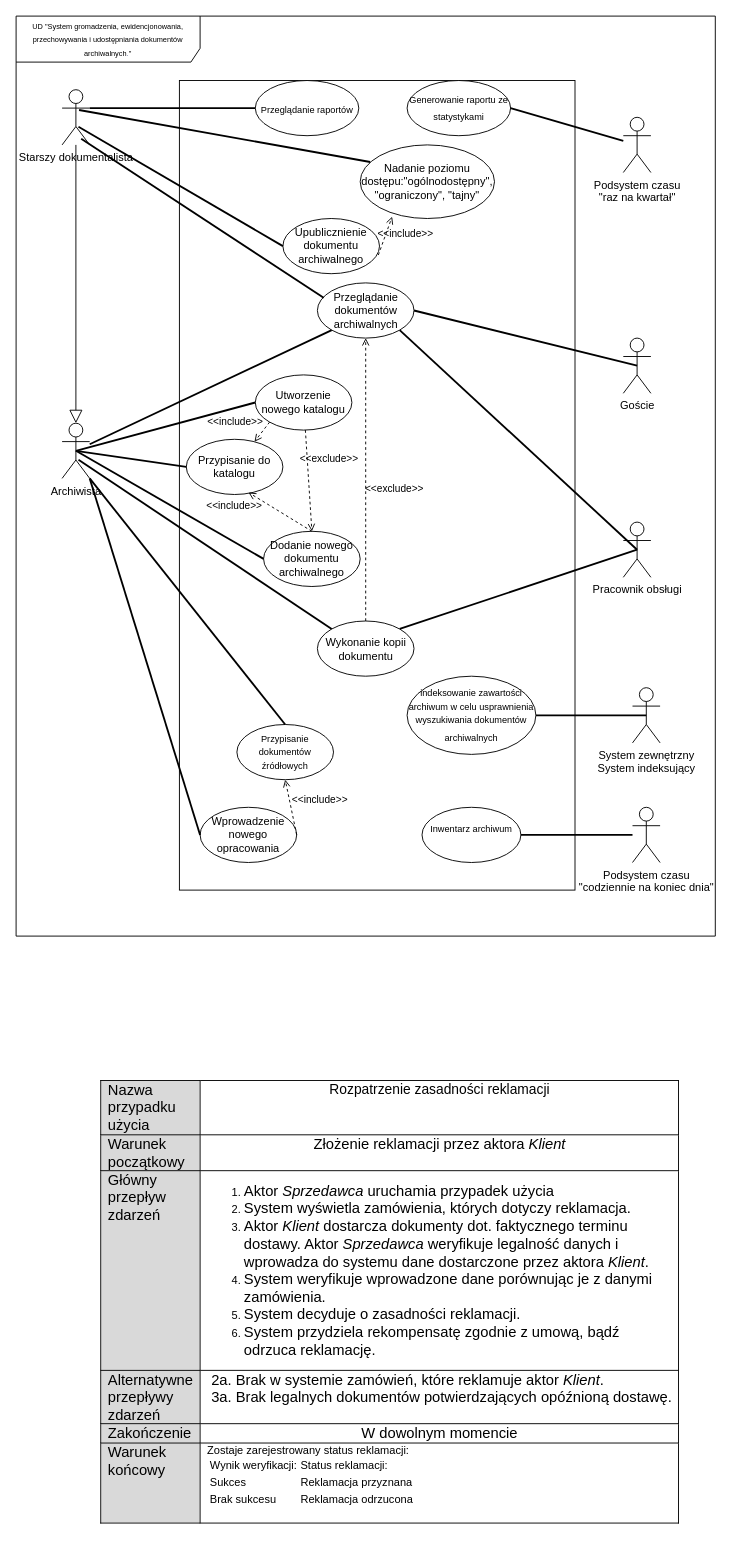
mateusz-nowacki/uml-projects keeps this draw.io diagram as pri_diagram_uzycia_2024.drawio. Above is the earlier version. Source tidied: cells renumbered, new cells numbered last; positions are measured from the earlier drawing's top-left corner, leaving out a move shared by most shapes. Both pictures are drawn from the tidied source at 92%, with x=0, y=0 at pixel (16, 16).
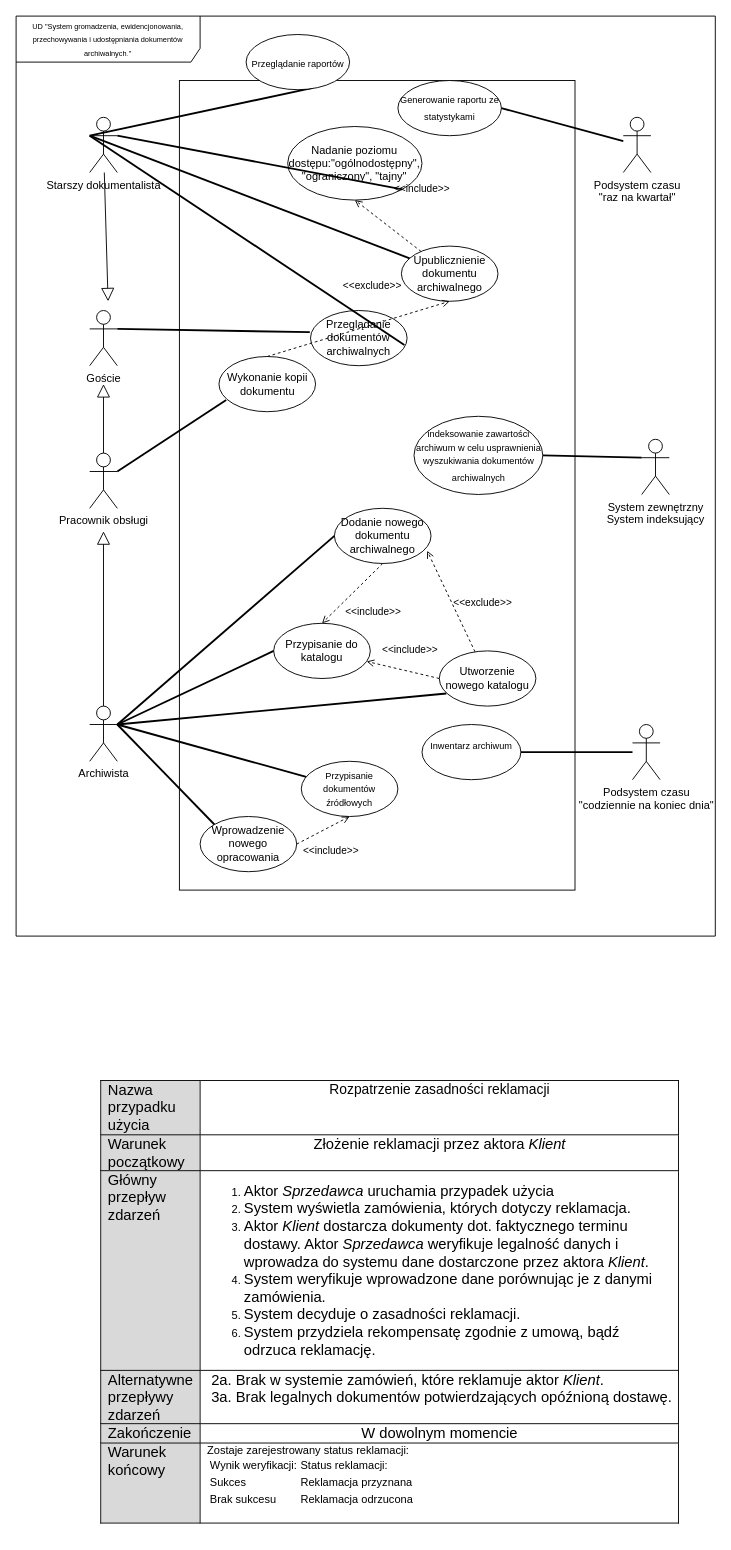
The same page after the edit.

Unchanged cells that the change refers to:
```xml
<mxCell id="2" value="&lt;font style=&quot;font-size: 8px;&quot;&gt;UD &quot;System&amp;nbsp;&lt;span style=&quot;caret-color: rgb(100, 108, 154); font-family: Poppins, sans-serif; background-color: rgb(255, 255, 255);&quot;&gt;gromadzenia, ewidencjonowania, przechowywania i udostępniania dokumentów archiwalnych&lt;/span&gt;&lt;span style=&quot;caret-color: rgb(100, 108, 154); color: rgb(100, 108, 154); font-family: Poppins, sans-serif; background-color: rgb(255, 255, 255);&quot;&gt;.&lt;/span&gt;&quot;&lt;/font&gt;" style="shape=umlFrame;whiteSpace=wrap;html=1;width=200;height=50;align=center;" parent="1" vertex="1">
  <mxGeometry width="760" height="1000" as="geometry" />
</mxCell>
```

The edit, as a diff of the source:
```diff
@@
     <mxCell id="3" value="Starszy dokumentalista" style="shape=umlActor;verticalLabelPosition=bottom;verticalAlign=top;html=1;" parent="2" vertex="1">
-      <mxGeometry x="50" y="80" width="30" height="60" as="geometry" />
+      <mxGeometry x="80" y="110" width="30" height="60" as="geometry" />
     </mxCell>
     <mxCell id="4" value="Archiwista" style="shape=umlActor;verticalLabelPosition=bottom;verticalAlign=top;html=1;" parent="2" vertex="1">
-      <mxGeometry x="50" y="442.5" width="30" height="60" as="geometry" />
+      <mxGeometry x="80" y="750" width="30" height="60" as="geometry" />
     </mxCell>
     <mxCell id="5" value="System zewnętrzny&lt;br&gt;System indeksujący" style="shape=umlActor;verticalLabelPosition=bottom;verticalAlign=top;html=1;" parent="2" vertex="1">
-      <mxGeometry x="670" y="730" width="30" height="60" as="geometry" />
+      <mxGeometry x="680" y="460" width="30" height="60" as="geometry" />
     </mxCell>
     <mxCell id="6" value="&lt;font style=&quot;font-size: 12px;&quot;&gt;Podsystem&lt;font style=&quot;font-size: 12px;&quot;&gt; czasu&lt;/font&gt;&lt;/font&gt;&lt;div&gt;&lt;font style=&quot;font-size: 12px;&quot;&gt;&lt;font style=&quot;font-size: 12px;&quot;&gt;&quot;codziennie na koniec dnia&quot;&lt;/font&gt;&lt;/font&gt;&lt;/div&gt;" style="shape=umlActor;verticalLabelPosition=bottom;verticalAlign=top;html=1;" parent="2" vertex="1">
-      <mxGeometry x="670" y="860" width="30" height="60" as="geometry" />
+      <mxGeometry x="670" y="770" width="30" height="60" as="geometry" />
     </mxCell>
     <mxCell id="7" value="Pracownik obsługi" style="shape=umlActor;verticalLabelPosition=bottom;verticalAlign=top;html=1;" parent="2" vertex="1">
-      <mxGeometry x="660" y="550" width="30" height="60" as="geometry" />
+      <mxGeometry x="80" y="475" width="30" height="60" as="geometry" />
     </mxCell>
     <mxCell id="8" value="Goście" style="shape=umlActor;verticalLabelPosition=bottom;verticalAlign=top;html=1;" parent="2" vertex="1">
-      <mxGeometry x="660" y="350" width="30" height="60" as="geometry" />
+      <mxGeometry x="80" y="320" width="30" height="60" as="geometry" />
     </mxCell>
-    <mxCell id="9" style="endArrow=block;endFill=0;endSize=12;html=1;rounded=0;entryX=0.5;entryY=0;entryDx=0;entryDy=0;entryPerimeter=0;" parent="2" edge="1" source="3" target="4">
-      <mxGeometry relative="1" as="geometry" />
+    <mxCell id="9" style="endArrow=block;endFill=0;endSize=12;html=1;rounded=0;" parent="2" edge="1" source="4">
+      <mxGeometry relative="1" as="geometry">
+        <mxPoint x="95" y="560" as="targetPoint" />
+      </mxGeometry>
     </mxCell>
@@
-    <mxCell id="11" value="Przeglądanie dokumentów archiwalnych" style="ellipse;whiteSpace=wrap;html=1;" parent="2" vertex="1">
-      <mxGeometry x="327.5" y="290" width="105" height="60" as="geometry" />
-    </mxCell>
     <mxCell id="12" value="&lt;font size=&quot;1&quot;&gt;Inwentarz archiwum&lt;/font&gt;&lt;br&gt;&lt;br&gt;&lt;span style=&quot;font-family: -webkit-standard; font-size: medium; text-align: start;&quot;&gt;&lt;/span&gt;" style="ellipse;whiteSpace=wrap;html=1;" parent="2" vertex="1">
-      <mxGeometry x="441.2" y="860" width="107.5" height="60" as="geometry" />
+      <mxGeometry x="441.2" y="770" width="107.5" height="60" as="geometry" />
     </mxCell>
@@
     <mxCell id="14" value="Przypisanie do katalogu" style="ellipse;whiteSpace=wrap;html=1;" parent="2" vertex="1">
-      <mxGeometry x="185" y="460" width="105" height="60" as="geometry" />
+      <mxGeometry x="280" y="660" width="105" height="60" as="geometry" />
     </mxCell>
-    <mxCell id="15" style="endArrow=none;startArrow=none;endFill=0;startFill=0;endSize=8;html=1;verticalAlign=bottom;labelBackgroundColor=none;strokeWidth=2;rounded=0;entryX=1;entryY=0.5;entryDx=0;entryDy=0;exitX=0.5;exitY=0.5;exitDx=0;exitDy=0;exitPerimeter=0;" parent="2" edge="1" source="8" target="11">
-      <mxGeometry relative="1" as="geometry" />
-    </mxCell>
-    <mxCell id="16" style="endArrow=none;startArrow=none;endFill=0;startFill=0;endSize=8;html=1;verticalAlign=bottom;labelBackgroundColor=none;strokeWidth=2;rounded=0;entryX=0.065;entryY=0.27;entryDx=0;entryDy=0;exitX=0.692;exitY=0.887;exitDx=0;exitDy=0;exitPerimeter=0;entryPerimeter=0;" parent="2" edge="1" source="3" target="11">
-      <mxGeometry relative="1" as="geometry" />
-    </mxCell>
     <mxCell id="17" value="Wykonanie kopii dokumentu" style="ellipse;whiteSpace=wrap;html=1;" parent="2" vertex="1">
-      <mxGeometry x="327.5" y="657.5" width="105" height="60" as="geometry" />
+      <mxGeometry x="220.5" y="370" width="105" height="60" as="geometry" />
     </mxCell>
     <mxCell id="18" value="Upublicznienie dokumentu archiwalnego" style="ellipse;whiteSpace=wrap;html=1;" parent="2" vertex="1">
-      <mxGeometry x="290" y="220" width="105" height="60" as="geometry" />
+      <mxGeometry x="418.8" y="250" width="105" height="60" as="geometry" />
     </mxCell>
     <mxCell id="19" value="Utworzenie nowego katalogu" style="ellipse;whiteSpace=wrap;html=1;" parent="2" vertex="1">
-      <mxGeometry x="260" y="390" width="105" height="60" as="geometry" />
+      <mxGeometry x="460" y="690" width="105" height="60" as="geometry" />
     </mxCell>
-    <mxCell id="20" style="endArrow=none;startArrow=none;endFill=0;startFill=0;endSize=8;html=1;verticalAlign=bottom;labelBackgroundColor=none;strokeWidth=2;rounded=0;entryX=0;entryY=0.5;entryDx=0;entryDy=0;exitX=0.5;exitY=0.5;exitDx=0;exitDy=0;exitPerimeter=0;" parent="2" edge="1" source="4" target="19">
-      <mxGeometry relative="1" as="geometry" />
+    <mxCell id="20" style="endArrow=none;startArrow=none;endFill=0;startFill=0;endSize=8;html=1;verticalAlign=bottom;labelBackgroundColor=none;strokeWidth=2;rounded=0;entryX=0.073;entryY=0.772;entryDx=0;entryDy=0;entryPerimeter=0;" parent="2" edge="1" target="19">
+      <mxGeometry relative="1" as="geometry">
+        <mxPoint x="110" y="770" as="sourcePoint" />
+      </mxGeometry>
     </mxCell>
     <mxCell id="21" value="Nadanie poziomu dostępu:&quot;ogólnodostępny&quot;, &quot;ograniczony&quot;, &quot;tajny&quot;" style="ellipse;whiteSpace=wrap;html=1;" parent="2" vertex="1">
-      <mxGeometry x="374" y="140" width="146" height="80" as="geometry" />
+      <mxGeometry x="295.2" y="120" width="146" height="80" as="geometry" />
     </mxCell>
     <mxCell id="22" value="Wprowadzenie nowego opracowania" style="ellipse;whiteSpace=wrap;html=1;" parent="2" vertex="1">
-      <mxGeometry x="200" y="860" width="105" height="60" as="geometry" />
+      <mxGeometry x="200" y="870" width="105" height="60" as="geometry" />
     </mxCell>
     <mxCell id="23" value="Dodanie nowego dokumentu archiwalnego" style="ellipse;whiteSpace=wrap;html=1;" parent="2" vertex="1">
-      <mxGeometry x="269" y="560" width="105" height="60" as="geometry" />
+      <mxGeometry x="346" y="535" width="105" height="60" as="geometry" />
     </mxCell>
     <mxCell id="24" value="&lt;span style=&quot;text-align: start;&quot;&gt;&lt;font style=&quot;font-size: 10px;&quot; face=&quot;Helvetica&quot;&gt;indeksowanie zawartości archiwum w celu usprawnienia wyszukiwania dokumentów archiwalnych&lt;/font&gt;&lt;/span&gt;&lt;span style=&quot;font-family: -webkit-standard; font-size: medium; text-align: start;&quot;&gt;&lt;/span&gt;" style="ellipse;whiteSpace=wrap;html=1;" parent="2" vertex="1">
-      <mxGeometry x="425" y="717.5" width="140" height="85" as="geometry" />
+      <mxGeometry x="432.5" y="435" width="140" height="85" as="geometry" />
     </mxCell>
-    <mxCell id="25" style="endArrow=none;startArrow=none;endFill=0;startFill=0;endSize=8;html=1;verticalAlign=bottom;labelBackgroundColor=none;strokeWidth=2;rounded=0;entryX=0.5;entryY=0.5;entryDx=0;entryDy=0;entryPerimeter=0;exitX=1;exitY=0.5;exitDx=0;exitDy=0;" parent="2" edge="1" source="24" target="5">
+    <mxCell id="25" style="endArrow=none;startArrow=none;endFill=0;startFill=0;endSize=8;html=1;verticalAlign=bottom;labelBackgroundColor=none;strokeWidth=2;rounded=0;entryX=0;entryY=0.3333333333333333;entryDx=0;entryDy=0;entryPerimeter=0;exitX=1;exitY=0.5;exitDx=0;exitDy=0;" parent="2" edge="1" source="24" target="5">
       <mxGeometry relative="1" as="geometry" />
     </mxCell>
     <mxCell id="26" value="&lt;font style=&quot;font-size: 10px;&quot;&gt;Przypisanie dokumentów źródłowych&lt;/font&gt;" style="ellipse;whiteSpace=wrap;html=1;" parent="2" vertex="1">
-      <mxGeometry x="240" y="770" width="105" height="60" as="geometry" />
+      <mxGeometry x="310" y="810" width="105" height="60" as="geometry" />
     </mxCell>
-    <mxCell id="27" style="endArrow=none;startArrow=none;endFill=0;startFill=0;endSize=8;html=1;verticalAlign=bottom;labelBackgroundColor=none;strokeWidth=2;rounded=0;exitX=1;exitY=1;exitDx=0;exitDy=0;exitPerimeter=0;entryX=0;entryY=0.5;entryDx=0;entryDy=0;" parent="2" edge="1" source="4" target="22">
+    <mxCell id="27" style="endArrow=none;startArrow=none;endFill=0;startFill=0;endSize=8;html=1;verticalAlign=bottom;labelBackgroundColor=none;strokeWidth=2;rounded=0;exitX=1;exitY=0.3333333333333333;exitDx=0;exitDy=0;exitPerimeter=0;entryX=0;entryY=0;entryDx=0;entryDy=0;" parent="2" edge="1" source="4" target="22">
       <mxGeometry relative="1" as="geometry" />
     </mxCell>
-    <mxCell id="28" style="endArrow=none;startArrow=none;endFill=0;startFill=0;endSize=8;html=1;verticalAlign=bottom;labelBackgroundColor=none;strokeWidth=2;rounded=0;entryX=0;entryY=0.5;entryDx=0;entryDy=0;exitX=1;exitY=0.3333333333333333;exitDx=0;exitDy=0;exitPerimeter=0;" parent="2" edge="1" source="3" target="48">
+    <mxCell id="28" style="endArrow=none;startArrow=none;endFill=0;startFill=0;endSize=8;html=1;verticalAlign=bottom;labelBackgroundColor=none;strokeWidth=2;rounded=0;entryX=0.645;entryY=0.966;entryDx=0;entryDy=0;entryPerimeter=0;exitX=0;exitY=0.3333333333333333;exitDx=0;exitDy=0;exitPerimeter=0;" parent="2" edge="1" source="3" target="48">
       <mxGeometry relative="1" as="geometry" />
     </mxCell>
-    <mxCell id="29" style="endArrow=none;startArrow=none;endFill=0;startFill=0;endSize=8;html=1;verticalAlign=bottom;labelBackgroundColor=none;strokeWidth=2;rounded=0;entryX=0;entryY=0.5;entryDx=0;entryDy=0;exitX=0.5;exitY=0.5;exitDx=0;exitDy=0;exitPerimeter=0;" parent="2" edge="1" source="4" target="23">
+    <mxCell id="29" style="endArrow=none;startArrow=none;endFill=0;startFill=0;endSize=8;html=1;verticalAlign=bottom;labelBackgroundColor=none;strokeWidth=2;rounded=0;entryX=0;entryY=0.5;entryDx=0;entryDy=0;exitX=1;exitY=0.3333333333333333;exitDx=0;exitDy=0;exitPerimeter=0;" parent="2" edge="1" source="4" target="23">
       <mxGeometry relative="1" as="geometry" />
     </mxCell>
-    <mxCell id="30" style="endArrow=none;startArrow=none;endFill=0;startFill=0;endSize=8;html=1;verticalAlign=bottom;labelBackgroundColor=none;strokeWidth=2;rounded=0;exitX=0.594;exitY=0.672;exitDx=0;exitDy=0;exitPerimeter=0;entryX=0;entryY=0.5;entryDx=0;entryDy=0;" parent="2" edge="1" source="3" target="18">
+    <mxCell id="30" style="endArrow=none;startArrow=none;endFill=0;startFill=0;endSize=8;html=1;verticalAlign=bottom;labelBackgroundColor=none;strokeWidth=2;rounded=0;exitX=0;exitY=0.3333333333333333;exitDx=0;exitDy=0;exitPerimeter=0;" parent="2" edge="1" source="3" target="18">
       <mxGeometry relative="1" as="geometry" />
     </mxCell>
-    <mxCell id="31" style="endArrow=none;startArrow=none;endFill=0;startFill=0;endSize=8;html=1;verticalAlign=bottom;labelBackgroundColor=none;strokeWidth=2;rounded=0;entryX=1;entryY=0;entryDx=0;entryDy=0;exitX=0.5;exitY=0.5;exitDx=0;exitDy=0;exitPerimeter=0;" parent="2" edge="1" source="7" target="17">
+    <mxCell id="31" style="endArrow=none;startArrow=none;endFill=0;startFill=0;endSize=8;html=1;verticalAlign=bottom;labelBackgroundColor=none;strokeWidth=2;rounded=0;entryX=0.075;entryY=0.789;entryDx=0;entryDy=0;exitX=1;exitY=0.3333333333333333;exitDx=0;exitDy=0;exitPerimeter=0;entryPerimeter=0;" parent="2" edge="1" source="7" target="17">
       <mxGeometry relative="1" as="geometry" />
     </mxCell>
-    <mxCell id="32" style="endArrow=none;startArrow=none;endFill=0;startFill=0;endSize=8;html=1;verticalAlign=bottom;labelBackgroundColor=none;strokeWidth=2;rounded=0;entryX=1;entryY=1;entryDx=0;entryDy=0;exitX=0.5;exitY=0.5;exitDx=0;exitDy=0;exitPerimeter=0;" parent="2" edge="1" source="7" target="11">
-      <mxGeometry relative="1" as="geometry" />
-    </mxCell>
@@
-    <mxCell id="34" style="endArrow=none;startArrow=none;endFill=0;startFill=0;endSize=8;html=1;verticalAlign=bottom;labelBackgroundColor=none;strokeWidth=2;rounded=0;entryX=0.5;entryY=0.5;entryDx=0;entryDy=0;entryPerimeter=0;exitX=0;exitY=0.5;exitDx=0;exitDy=0;" parent="2" edge="1" source="14" target="4">
+    <mxCell id="34" style="endArrow=none;startArrow=none;endFill=0;startFill=0;endSize=8;html=1;verticalAlign=bottom;labelBackgroundColor=none;strokeWidth=2;rounded=0;entryX=1;entryY=0.3333333333333333;entryDx=0;entryDy=0;entryPerimeter=0;exitX=0;exitY=0.5;exitDx=0;exitDy=0;" parent="2" edge="1" source="14" target="4">
       <mxGeometry relative="1" as="geometry" />
     </mxCell>
-    <mxCell id="35" value="&amp;lt;&amp;lt;include&amp;gt;&amp;gt;" style="html=1;verticalAlign=bottom;labelBackgroundColor=none;endArrow=open;endFill=0;dashed=1;rounded=0;entryX=0.644;entryY=0.964;entryDx=0;entryDy=0;exitX=0.5;exitY=0;exitDx=0;exitDy=0;entryPerimeter=0;" parent="2" edge="1" source="23" target="14">
-      <mxGeometry x="1" y="28" relative="1" as="geometry">
-        <mxPoint x="-1" y="-1" as="offset" />
+    <mxCell id="35" value="&amp;lt;&amp;lt;include&amp;gt;&amp;gt;" style="html=1;verticalAlign=bottom;labelBackgroundColor=none;endArrow=open;endFill=0;dashed=1;rounded=0;entryX=0.5;entryY=0;entryDx=0;entryDy=0;exitX=0.5;exitY=1;exitDx=0;exitDy=0;" parent="2" edge="1" source="23" target="14">
+      <mxGeometry x="0.08" y="36" relative="1" as="geometry">
+        <mxPoint y="1" as="offset" />
       </mxGeometry>
     </mxCell>
@@
-    <mxCell id="37" value="&amp;lt;&amp;lt;exclude&amp;gt;&amp;gt;" style="html=1;verticalAlign=bottom;labelBackgroundColor=none;endArrow=open;endFill=0;dashed=1;rounded=0;entryX=0.5;entryY=1;entryDx=0;entryDy=0;exitX=0.5;exitY=0;exitDx=0;exitDy=0;" parent="2" edge="1" source="17" target="11">
-      <mxGeometry x="-0.12" y="-31" relative="1" as="geometry" />
-    </mxCell>
@@
     <mxCell id="39" value="&lt;font size=&quot;1&quot;&gt;Generowanie raportu ze statystykami&lt;/font&gt;&lt;span style=&quot;font-family: -webkit-standard; font-size: medium; text-align: start;&quot;&gt;&lt;/span&gt;" style="ellipse;whiteSpace=wrap;html=1;" parent="2" vertex="1">
-      <mxGeometry x="425" y="70" width="112.5" height="60" as="geometry" />
+      <mxGeometry x="415" y="70" width="112.5" height="60" as="geometry" />
     </mxCell>
@@
-    <mxCell id="41" value="&amp;lt;&amp;lt;include&amp;gt;&amp;gt;" style="html=1;verticalAlign=bottom;labelBackgroundColor=none;endArrow=open;endFill=0;dashed=1;rounded=0;exitX=0;exitY=1;exitDx=0;exitDy=0;" parent="2" edge="1" source="19" target="14">
-      <mxGeometry x="1" y="-24" relative="1" as="geometry">
-        <mxPoint x="-2" y="2" as="offset" />
-      </mxGeometry>
+    <mxCell id="41" value="&amp;lt;&amp;lt;include&amp;gt;&amp;gt;" style="html=1;verticalAlign=bottom;labelBackgroundColor=none;endArrow=open;endFill=0;dashed=1;rounded=0;exitX=0;exitY=0.5;exitDx=0;exitDy=0;" parent="2" edge="1" source="19" target="14">
+      <mxGeometry x="-0.12" y="-14" relative="1" as="geometry" />
     </mxCell>
-    <mxCell id="42" value="&amp;lt;&amp;lt;exclude&amp;gt;&amp;gt;" style="html=1;verticalAlign=bottom;labelBackgroundColor=none;endArrow=open;endFill=0;dashed=1;rounded=0;entryX=0.5;entryY=0;entryDx=0;entryDy=0;" parent="2" edge="1" source="19" target="23">
-      <mxGeometry x="-0.24" y="23" relative="1" as="geometry" />
+    <mxCell id="42" value="&amp;lt;&amp;lt;exclude&amp;gt;&amp;gt;" style="html=1;verticalAlign=bottom;labelBackgroundColor=none;endArrow=open;endFill=0;dashed=1;rounded=0;entryX=0.96;entryY=0.77;entryDx=0;entryDy=0;entryPerimeter=0;" parent="2" edge="1" source="19" target="23">
+      <mxGeometry x="-0.4" y="-26" relative="1" as="geometry" />
     </mxCell>
-    <mxCell id="43" style="endArrow=none;startArrow=none;endFill=0;startFill=0;endSize=8;html=1;verticalAlign=bottom;labelBackgroundColor=none;strokeWidth=2;rounded=0;entryX=0;entryY=1;entryDx=0;entryDy=0;" parent="2" edge="1" source="4" target="11">
-      <mxGeometry relative="1" as="geometry" />
-    </mxCell>
-    <mxCell id="44" style="endArrow=none;startArrow=none;endFill=0;startFill=0;endSize=8;html=1;verticalAlign=bottom;labelBackgroundColor=none;strokeWidth=2;rounded=0;entryX=0;entryY=0;entryDx=0;entryDy=0;exitX=0.594;exitY=0.662;exitDx=0;exitDy=0;exitPerimeter=0;" parent="2" edge="1" source="4" target="17">
-      <mxGeometry relative="1" as="geometry" />
-    </mxCell>
-    <mxCell id="45" style="endArrow=none;startArrow=none;endFill=0;startFill=0;endSize=8;html=1;verticalAlign=bottom;labelBackgroundColor=none;strokeWidth=2;rounded=0;entryX=0.075;entryY=0.232;entryDx=0;entryDy=0;exitX=0.614;exitY=0.368;exitDx=0;exitDy=0;exitPerimeter=0;entryPerimeter=0;" parent="2" edge="1" source="3" target="21">
+    <mxCell id="45" style="endArrow=none;startArrow=none;endFill=0;startFill=0;endSize=8;html=1;verticalAlign=bottom;labelBackgroundColor=none;strokeWidth=2;rounded=0;entryX=1;entryY=1;entryDx=0;entryDy=0;exitX=1;exitY=0.3333333333333333;exitDx=0;exitDy=0;exitPerimeter=0;" parent="2" edge="1" source="3" target="21">
       <mxGeometry relative="1" as="geometry" />
     </mxCell>
-    <mxCell id="46" value="&amp;lt;&amp;lt;include&amp;gt;&amp;gt;" style="html=1;verticalAlign=bottom;labelBackgroundColor=none;endArrow=open;endFill=0;dashed=1;rounded=0;exitX=0.988;exitY=0.662;exitDx=0;exitDy=0;entryX=0.238;entryY=0.975;entryDx=0;entryDy=0;entryPerimeter=0;exitPerimeter=0;" parent="2" edge="1" source="18" target="21">
-      <mxGeometry x="-0.01" y="-22" relative="1" as="geometry">
-        <mxPoint x="1" as="offset" />
-      </mxGeometry>
+    <mxCell id="46" value="&amp;lt;&amp;lt;include&amp;gt;&amp;gt;" style="html=1;verticalAlign=bottom;labelBackgroundColor=none;endArrow=open;endFill=0;dashed=1;rounded=0;entryX=0.5;entryY=1;entryDx=0;entryDy=0;" parent="2" edge="1" source="18" target="21">
+      <mxGeometry x="-0.2" y="-47" relative="1" as="geometry" />
     </mxCell>
-    <mxCell id="47" style="endArrow=none;startArrow=none;endFill=0;startFill=0;endSize=8;html=1;verticalAlign=bottom;labelBackgroundColor=none;strokeWidth=2;rounded=0;entryX=0.5;entryY=0;entryDx=0;entryDy=0;exitX=1;exitY=1;exitDx=0;exitDy=0;exitPerimeter=0;" parent="2" edge="1" source="4" target="26">
-      <mxGeometry relative="1" as="geometry" />
+    <mxCell id="47" style="endArrow=none;startArrow=none;endFill=0;startFill=0;endSize=8;html=1;verticalAlign=bottom;labelBackgroundColor=none;strokeWidth=2;rounded=0;" parent="2" edge="1" target="26">
+      <mxGeometry relative="1" as="geometry">
+        <mxPoint x="110" y="770" as="sourcePoint" />
+      </mxGeometry>
     </mxCell>
     <mxCell id="48" value="&lt;font size=&quot;1&quot;&gt;Przeglądanie raportów&lt;/font&gt;&lt;span style=&quot;font-family: -webkit-standard; font-size: medium; text-align: start;&quot;&gt;&lt;/span&gt;" style="ellipse;whiteSpace=wrap;html=1;" parent="2" vertex="1">
-      <mxGeometry x="260" y="70" width="112.5" height="60" as="geometry" />
+      <mxGeometry x="250" y="20" width="112.5" height="60" as="geometry" />
     </mxCell>
+    <mxCell id="50" style="endArrow=block;endFill=0;endSize=12;html=1;rounded=0;" parent="2" edge="1" source="7">
+      <mxGeometry relative="1" as="geometry">
+        <mxPoint x="95" y="400" as="targetPoint" />
+      </mxGeometry>
+    </mxCell>
+    <mxCell id="11" value="Przeglądanie dokumentów archiwalnych" style="ellipse;whiteSpace=wrap;html=1;" parent="2" vertex="1">
+      <mxGeometry x="320" y="320" width="105" height="60" as="geometry" />
+    </mxCell>
+    <mxCell id="15" style="endArrow=none;startArrow=none;endFill=0;startFill=0;endSize=8;html=1;verticalAlign=bottom;labelBackgroundColor=none;strokeWidth=2;rounded=0;entryX=-0.007;entryY=0.393;entryDx=0;entryDy=0;exitX=1;exitY=0.3333333333333333;exitDx=0;exitDy=0;exitPerimeter=0;entryPerimeter=0;" parent="2" edge="1" source="8" target="11">
+      <mxGeometry relative="1" as="geometry" />
+    </mxCell>
+    <mxCell id="37" value="&amp;lt;&amp;lt;exclude&amp;gt;&amp;gt;" style="html=1;verticalAlign=bottom;labelBackgroundColor=none;endArrow=open;endFill=0;dashed=1;rounded=0;entryX=0.5;entryY=1;entryDx=0;entryDy=0;exitX=0.5;exitY=0;exitDx=0;exitDy=0;" parent="2" edge="1" source="17" target="18">
+      <mxGeometry x="0.25" y="33" relative="1" as="geometry">
+        <mxPoint y="1" as="offset" />
+      </mxGeometry>
+    </mxCell>
+    <mxCell id="16" style="endArrow=none;startArrow=none;endFill=0;startFill=0;endSize=8;html=1;verticalAlign=bottom;labelBackgroundColor=none;strokeWidth=2;rounded=0;entryX=0.972;entryY=0.625;entryDx=0;entryDy=0;entryPerimeter=0;exitX=0;exitY=0.3333333333333333;exitDx=0;exitDy=0;exitPerimeter=0;" parent="2" edge="1" source="3" target="11">
+      <mxGeometry relative="1" as="geometry" />
+    </mxCell>
@@
+    <mxCell id="51" style="endArrow=block;endFill=0;endSize=12;html=1;rounded=0;" parent="1" edge="1" source="3">
+      <mxGeometry relative="1" as="geometry">
+        <mxPoint x="100" y="310" as="targetPoint" />
+      </mxGeometry>
+    </mxCell>
```
